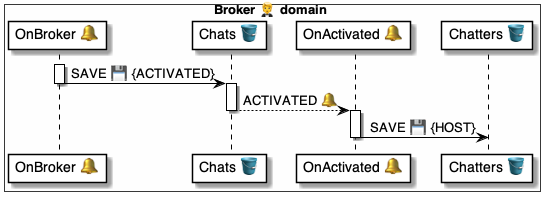
Earlier version of the PlantUML export 4 ⚙️ Solution/20 🧑‍🦰 UI/Brokers 🤵/🤵🪣 Broker tables/Chats 💬 table/🪣🔔 6 Activated/🤵 OnChatActivated ⚙️ uml.png (pollyweb-org/pollyweb-docs). Its source is kept beside it as 4 ⚙️ Solution/20 🧑‍🦰 UI/Brokers 🤵/🤵🪣 Broker tables/Chats 💬 table/🪣🔔 6 Activated/🤵 OnChatActivated ⚙️ uml.puml. The source it was exported from:
```plantuml
@startuml OnChatActivated


box Broker 🤵 domain #FFFFFA
    participant "OnBroker 🔔" as script
    participant "Chats 🪣" as chats
    participant "OnActivated 🔔" as handler
    participant "Chatters 🪣" as chatters
end box



activate script
    script -> chats: SAVE 💾 {ACTIVATED}
deactivate script

activate chats
    chats --> handler: ACTIVATED 🔔
deactivate chats

activate handler
    handler -> chatters: SAVE 💾 {HOST}
deactivate handler

@enduml
```
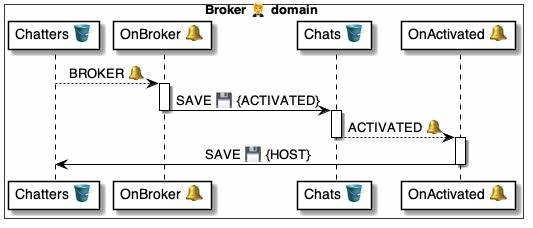
Above is the later version.

The edit, as a diff of the source:
```diff
@@ -2,13 +2,14 @@
 
 
 box Broker 🤵 domain #FFFFFA
+    participant "Chatters 🪣" as chatters
     participant "OnBroker 🔔" as script
     participant "Chats 🪣" as chats
     participant "OnActivated 🔔" as handler
-    participant "Chatters 🪣" as chatters
 end box
 
 
+chatters --> script: BROKER 🔔
 
 activate script
     script -> chats: SAVE 💾 {ACTIVATED}
```
